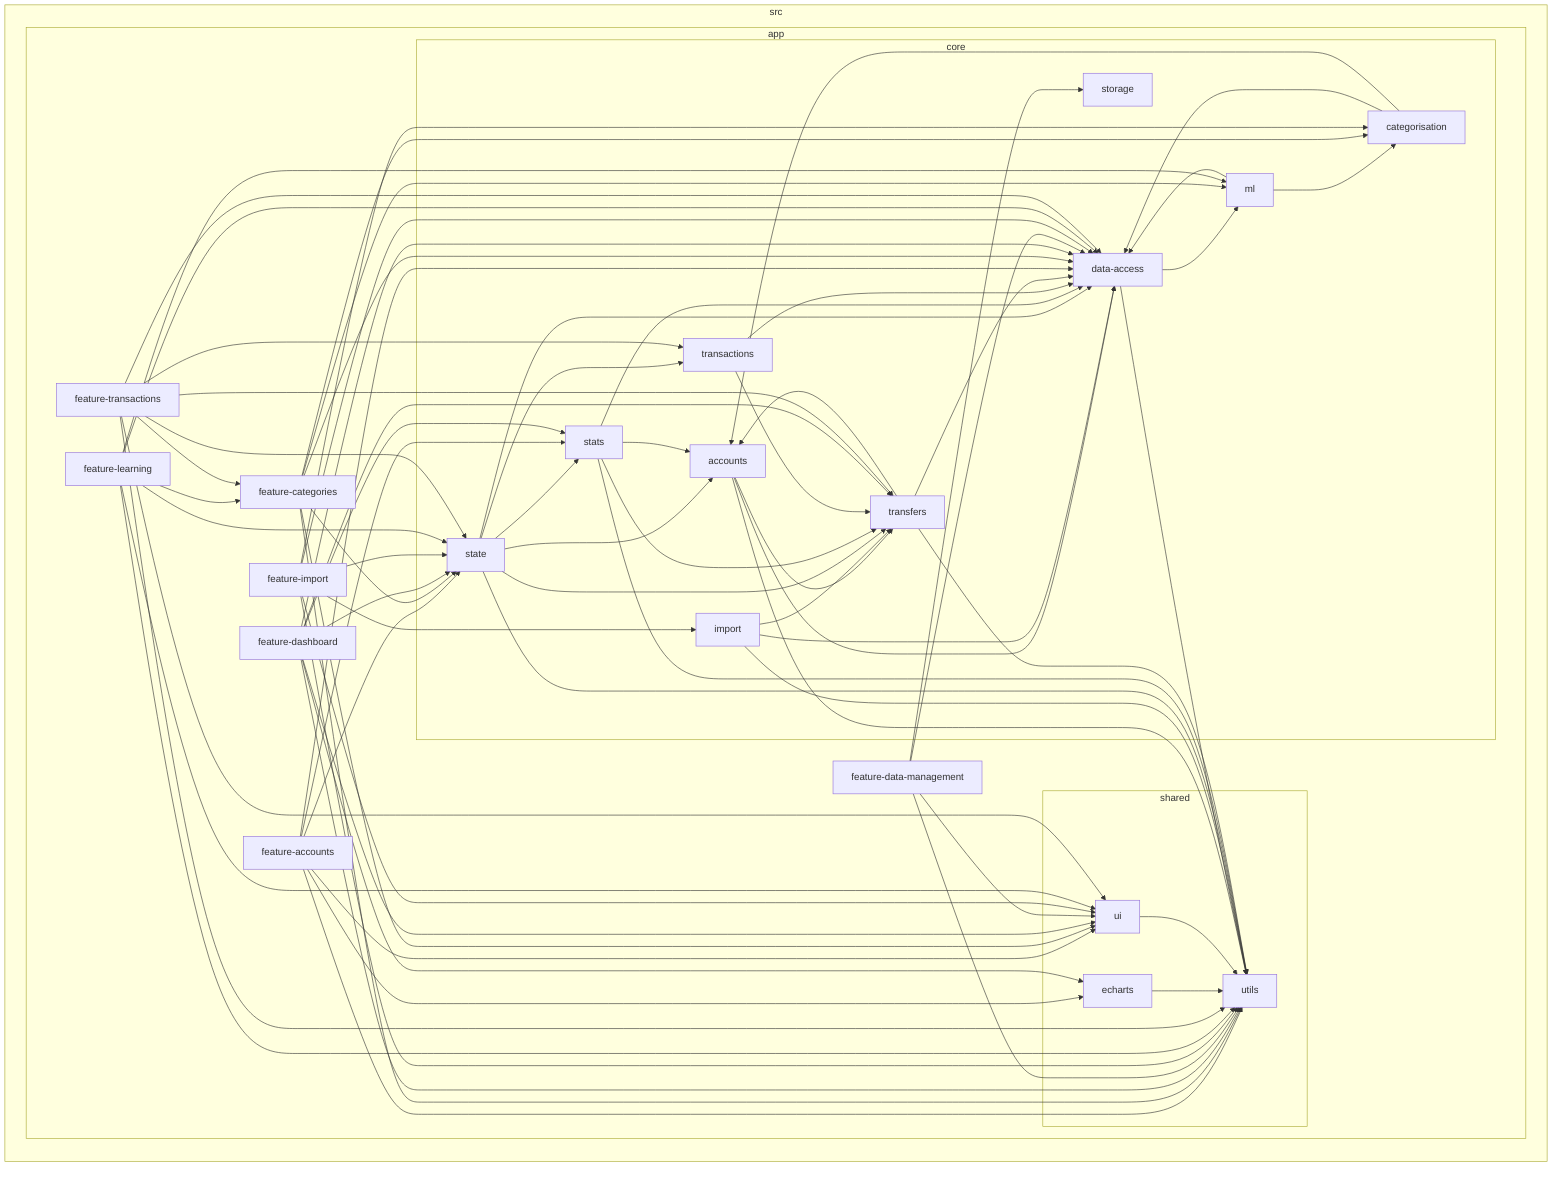
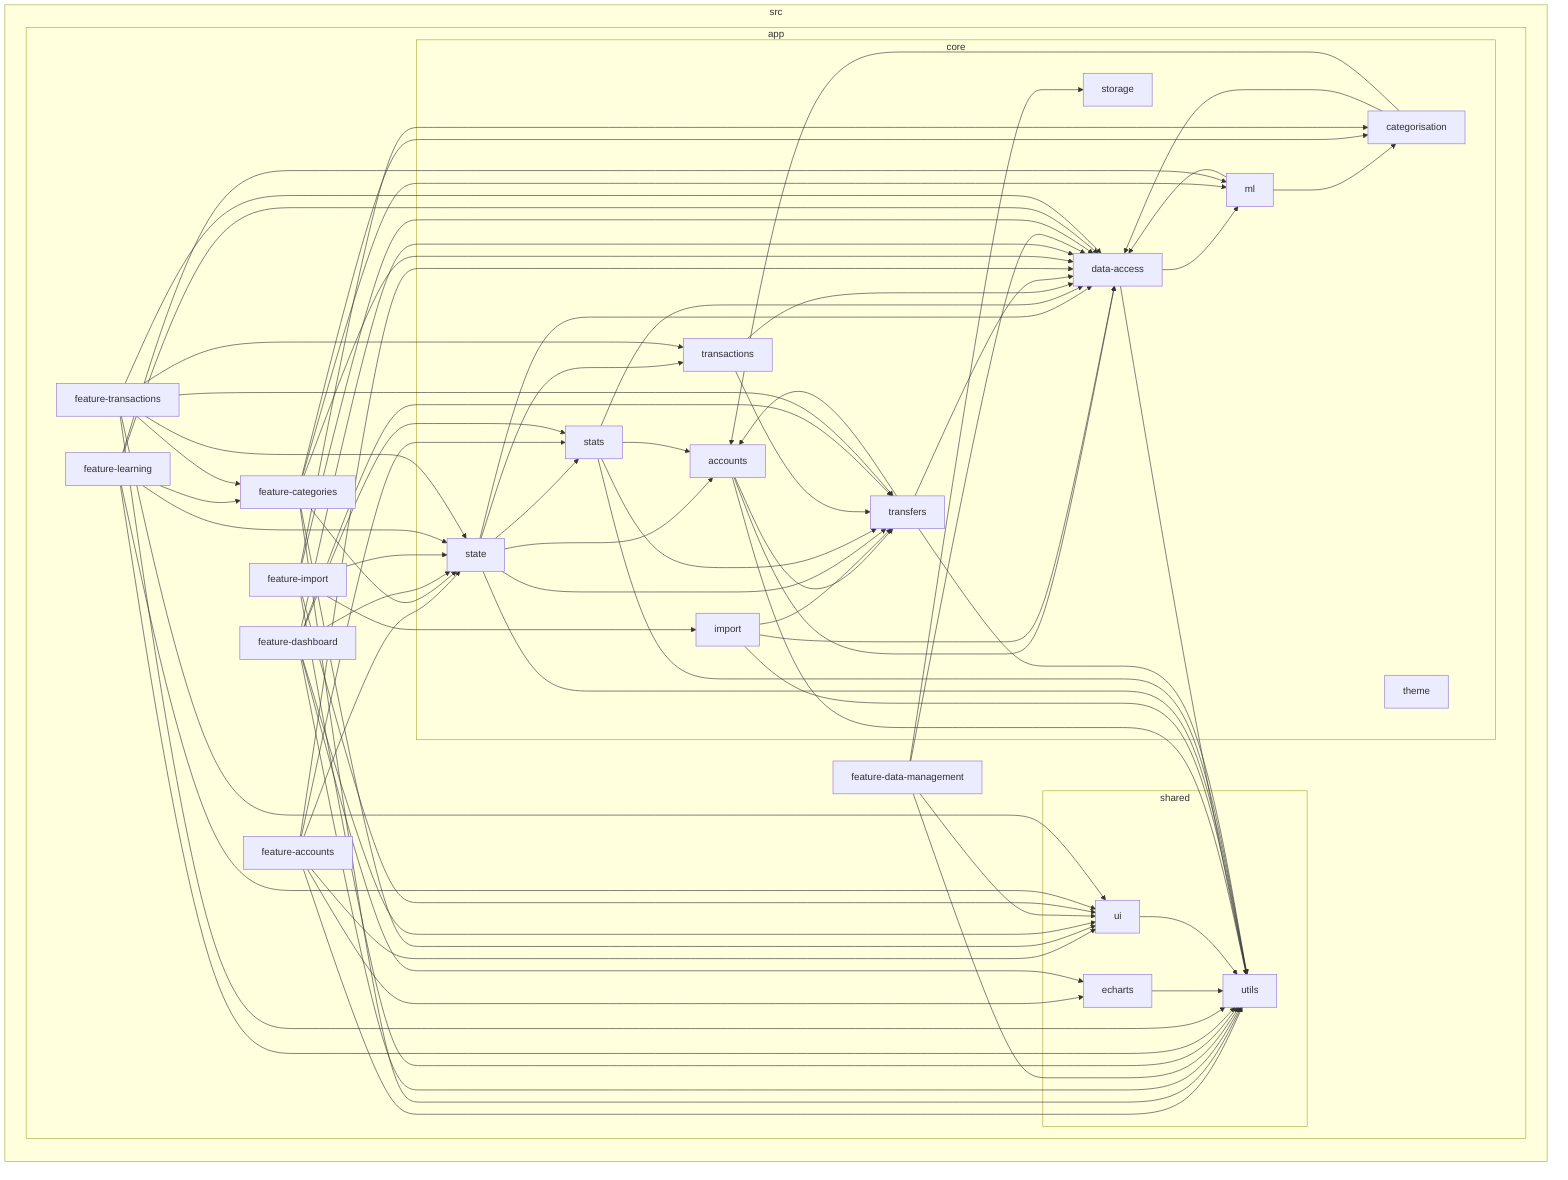
flowchart LR

subgraph 0["src"]
subgraph 1["app"]
subgraph 2["core"]
3["accounts"]
4["categorisation"]
5["data-access"]
6["import"]
7["ml"]
8["state"]
9["stats"]
A["storage"]
- B["transactions"]
- C["transfers"]
+ B["theme"]
+ C["transactions"]
+ D["transfers"]
end
- D["feature-accounts"]
- E["feature-categories"]
- F["feature-dashboard"]
- G["feature-data-management"]
- H["feature-import"]
- I["feature-learning"]
- J["feature-transactions"]
- subgraph K["shared"]
- L["echarts"]
- M["ui"]
- N["utils"]
+ E["feature-accounts"]
+ F["feature-categories"]
+ G["feature-dashboard"]
+ H["feature-data-management"]
+ I["feature-import"]
+ J["feature-learning"]
+ K["feature-transactions"]
+ subgraph L["shared"]
+ M["echarts"]
+ N["ui"]
+ O["utils"]
end
end
end
3-->5
- 3-->C
- 3-->N
+ 3-->D
+ 3-->O
4-->5
4-->3
5-->7
- 5-->N
+ 5-->O
6-->5
- 6-->N
- 6-->C
+ 6-->O
+ 6-->D
7-->4
7-->5
8-->3
8-->5
8-->9
+ 8-->D
+ 8-->O
8-->C
- 8-->N
- 8-->B
9-->5
- 9-->N
+ 9-->O
9-->3
- 9-->C
- B-->5
- B-->C
+ 9-->D
C-->5
- C-->3
- C-->N
+ C-->D
D-->5
- D-->L
- D-->8
- D-->M
- D-->N
- D-->9
+ D-->3
+ D-->O
E-->5
+ E-->M
E-->8
- E-->M
E-->N
- E-->4
- E-->7
+ E-->O
+ E-->9
F-->5
F-->8
- F-->M
F-->N
- F-->C
- F-->9
- F-->L
+ F-->O
+ F-->4
+ F-->7
G-->5
- G-->A
+ G-->8
+ G-->N
+ G-->O
+ G-->D
+ G-->9
G-->M
- G-->N
H-->5
- H-->6
- H-->M
+ H-->A
H-->N
- H-->8
- H-->4
- I-->M
- I-->7
+ H-->O
+ I-->5
+ I-->6
+ I-->N
+ I-->O
I-->8
- I-->E
- I-->5
- I-->N
+ I-->4
+ J-->N
+ J-->7
+ J-->8
+ J-->F
J-->5
- J-->8
- J-->B
- J-->M
- J-->N
- J-->E
- J-->C
- L-->N
- M-->N
+ J-->O
+ K-->5
+ K-->8
+ K-->C
+ K-->N
+ K-->O
+ K-->F
+ K-->D
+ M-->O
+ N-->O
